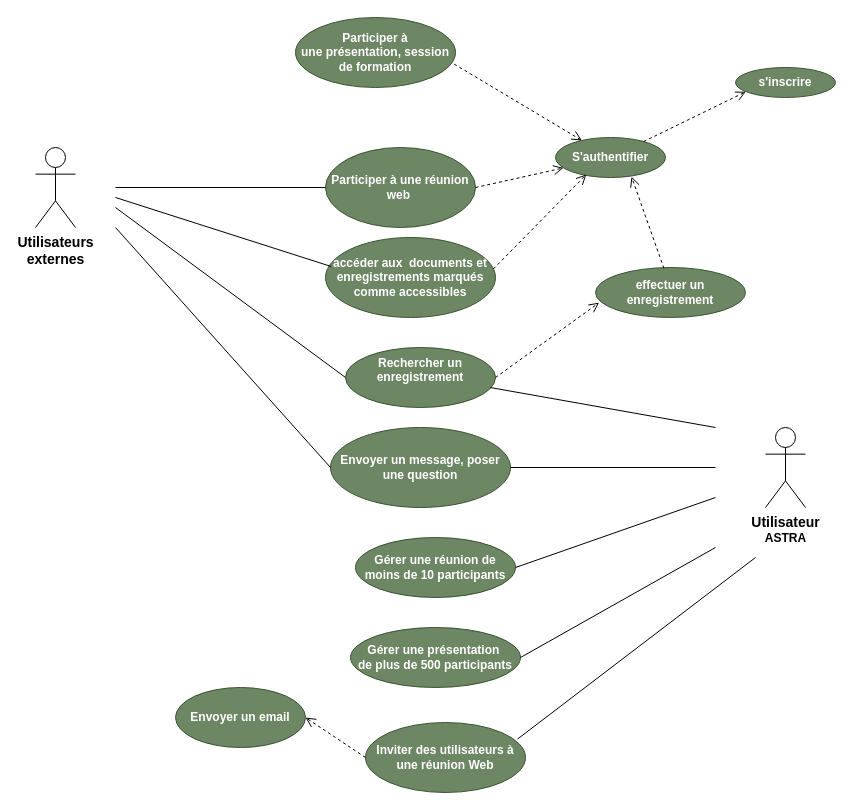
The draw.io diagram page "CasUtilisation_AstraRecherche" (8 of 9) of AstraComponentDiagr.drawio in Lamessolo/ProjetLeadTech, before the edit. Source tidied: cells renumbered, new cells numbered last; positions are measured from the earlier drawing's top-left corner, leaving out a move shared by most shapes. Both pictures are drawn from the tidied source at 100%, with x=0, y=0 at pixel (35, 17).
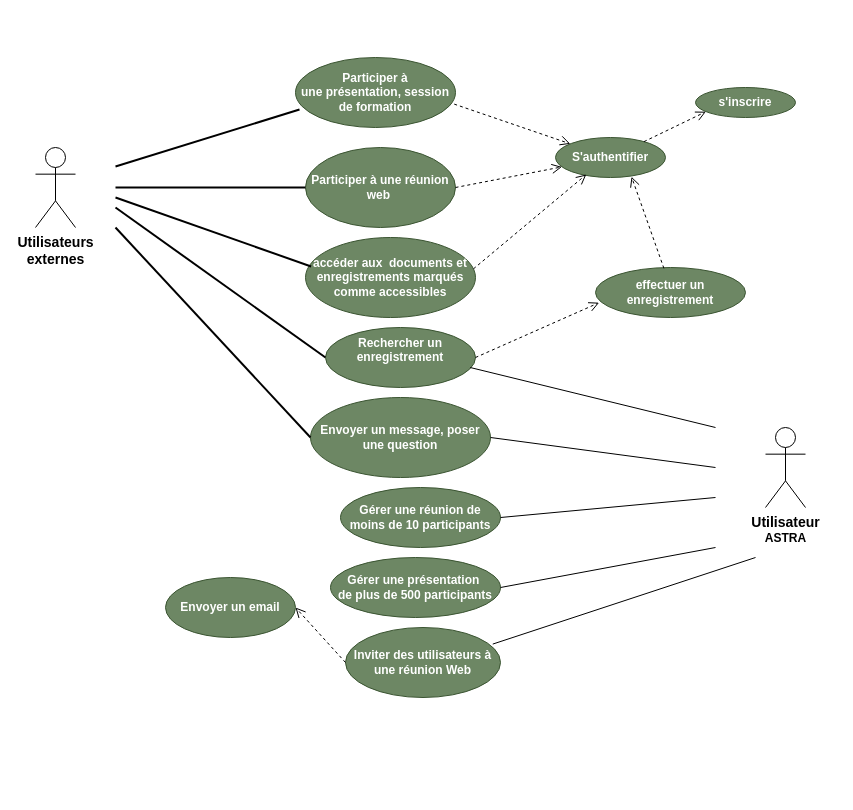
The same diagram, later.

Change to the diagram source:
```diff
@@
     <mxCell id="4" value="&lt;b&gt;Inviter des utilisateurs à&lt;/b&gt;&lt;br&gt;&lt;b&gt;une réunion&amp;nbsp;Web&lt;/b&gt;" style="ellipse;whiteSpace=wrap;html=1;fillColor=#6d8764;strokeColor=#3A5431;fontColor=#ffffff;" parent="1" vertex="1">
-      <mxGeometry x="330" y="705" width="160" height="70" as="geometry" />
+      <mxGeometry x="310" y="610" width="155" height="70" as="geometry" />
     </mxCell>
     <mxCell id="5" value="&lt;b&gt;Participer à une&amp;nbsp;présentation, session de formation&lt;/b&gt;" style="ellipse;whiteSpace=wrap;html=1;fillColor=#6d8764;strokeColor=#3A5431;fontColor=#ffffff;" parent="1" vertex="1">
-      <mxGeometry x="260" width="160" height="70" as="geometry" />
+      <mxGeometry x="260" y="40" width="160" height="70" as="geometry" />
     </mxCell>
     <mxCell id="6" value="&lt;b&gt;Participer à une réunion&lt;br&gt;web&amp;nbsp;&lt;/b&gt;" style="ellipse;whiteSpace=wrap;html=1;fillColor=#6d8764;strokeColor=#3A5431;fontColor=#ffffff;" parent="1" vertex="1">
-      <mxGeometry x="290" y="130" width="150" height="80" as="geometry" />
+      <mxGeometry x="270" y="130" width="150" height="80" as="geometry" />
     </mxCell>
     <mxCell id="7" value="&lt;b&gt;Envoyer un message, poser une question&lt;/b&gt;" style="ellipse;whiteSpace=wrap;html=1;fillColor=#6d8764;strokeColor=#3A5431;fontColor=#ffffff;" parent="1" vertex="1">
-      <mxGeometry x="295" y="410" width="180" height="80" as="geometry" />
+      <mxGeometry x="275" y="380" width="180" height="80" as="geometry" />
     </mxCell>
     <mxCell id="8" value="&lt;b&gt;accéder&amp;nbsp;aux&amp;nbsp; documents et enregistrements marqués comme accessibles&lt;/b&gt;" style="ellipse;whiteSpace=wrap;html=1;fillColor=#6d8764;strokeColor=#3A5431;fontColor=#ffffff;" parent="1" vertex="1">
-      <mxGeometry x="290" y="220" width="170" height="80" as="geometry" />
+      <mxGeometry x="270" y="220" width="170" height="80" as="geometry" />
     </mxCell>
     <mxCell id="9" value="&lt;b&gt;Rechercher un enregistrement&lt;br&gt;&lt;br&gt;&lt;/b&gt;" style="ellipse;whiteSpace=wrap;html=1;fillColor=#6d8764;strokeColor=#3A5431;fontColor=#ffffff;" parent="1" vertex="1">
-      <mxGeometry x="310" y="330" width="150" height="60" as="geometry" />
+      <mxGeometry x="290" y="310" width="150" height="60" as="geometry" />
     </mxCell>
     <mxCell id="10" value="&lt;b&gt;Gérer&amp;nbsp;une présentation&amp;nbsp;&lt;br&gt;de plus de 500 participants&lt;/b&gt;" style="ellipse;whiteSpace=wrap;html=1;fillColor=#6d8764;strokeColor=#3A5431;fontColor=#ffffff;" parent="1" vertex="1">
-      <mxGeometry x="315" y="610" width="170" height="60" as="geometry" />
+      <mxGeometry x="295" y="540" width="170" height="60" as="geometry" />
     </mxCell>
     <mxCell id="11" value="&lt;b&gt;Gérer&amp;nbsp;une réunion&amp;nbsp;de moins de 10 participants&lt;/b&gt;" style="ellipse;whiteSpace=wrap;html=1;fillColor=#6d8764;strokeColor=#3A5431;fontColor=#ffffff;" parent="1" vertex="1">
-      <mxGeometry x="320" y="520" width="160" height="60" as="geometry" />
+      <mxGeometry x="305" y="470" width="160" height="60" as="geometry" />
     </mxCell>
-    <mxCell id="12" style="endArrow=none;html=1;entryX=0;entryY=0.5;entryDx=0;entryDy=0;" parent="1" edge="1" target="7">
+    <mxCell id="12" style="endArrow=none;html=1;entryX=0;entryY=0.5;entryDx=0;entryDy=0;strokeWidth=2;" parent="1" edge="1" target="7">
       <mxGeometry relative="1" as="geometry">
         <mxPoint x="80" y="210" as="sourcePoint" />
       </mxGeometry>
     </mxCell>
@@
-    <mxCell id="14" style="endArrow=none;html=1;entryX=0;entryY=0.5;entryDx=0;entryDy=0;" parent="1" edge="1" target="6">
+    <mxCell id="14" style="endArrow=none;html=1;entryX=0;entryY=0.5;entryDx=0;entryDy=0;strokeWidth=2;" parent="1" edge="1" target="6">
       <mxGeometry relative="1" as="geometry">
         <mxPoint x="80" y="170" as="sourcePoint" />
       </mxGeometry>
     </mxCell>
@@
     <mxCell id="17" value="&lt;b&gt;s'inscrire&lt;br&gt;&lt;/b&gt;" style="ellipse;whiteSpace=wrap;html=1;fillColor=#6d8764;strokeColor=#3A5431;fontColor=#ffffff;" parent="1" vertex="1">
-      <mxGeometry x="700" y="50" width="100" height="30" as="geometry" />
+      <mxGeometry x="660" y="70" width="100" height="30" as="geometry" />
     </mxCell>
@@
-    <mxCell id="21" style="endArrow=none;html=1;entryX=0;entryY=0.5;entryDx=0;entryDy=0;" parent="1" edge="1" target="9">
+    <mxCell id="21" style="endArrow=none;html=1;entryX=0;entryY=0.5;entryDx=0;entryDy=0;strokeWidth=2;" parent="1" edge="1" target="9">
       <mxGeometry relative="1" as="geometry">
         <mxPoint x="80" y="190" as="sourcePoint" />
       </mxGeometry>
     </mxCell>
@@
     <mxCell id="28" value="&lt;b&gt;Envoyer un email&lt;/b&gt;" style="ellipse;whiteSpace=wrap;html=1;fillColor=#6d8764;strokeColor=#3A5431;fontColor=#ffffff;" parent="1" vertex="1">
-      <mxGeometry x="140" y="670" width="130" height="60" as="geometry" />
+      <mxGeometry x="130" y="560" width="130" height="60" as="geometry" />
     </mxCell>
@@
-    <mxCell id="30" style="endArrow=none;html=1;entryX=0.033;entryY=0.362;entryDx=0;entryDy=0;entryPerimeter=0;" parent="1" edge="1" target="8">
+    <mxCell id="30" style="endArrow=none;html=1;entryX=0.033;entryY=0.362;entryDx=0;entryDy=0;entryPerimeter=0;strokeWidth=2;" parent="1" edge="1" target="8">
       <mxGeometry relative="1" as="geometry">
         <mxPoint x="80" y="180" as="sourcePoint" />
       </mxGeometry>
     </mxCell>
@@
+    <mxCell id="32" style="endArrow=none;html=1;entryX=0.025;entryY=0.743;entryDx=0;entryDy=0;entryPerimeter=0;strokeWidth=2;" parent="1" edge="1" target="5">
+      <mxGeometry relative="1" as="geometry">
+        <mxPoint x="80" y="149" as="sourcePoint" />
+      </mxGeometry>
+    </mxCell>
```
